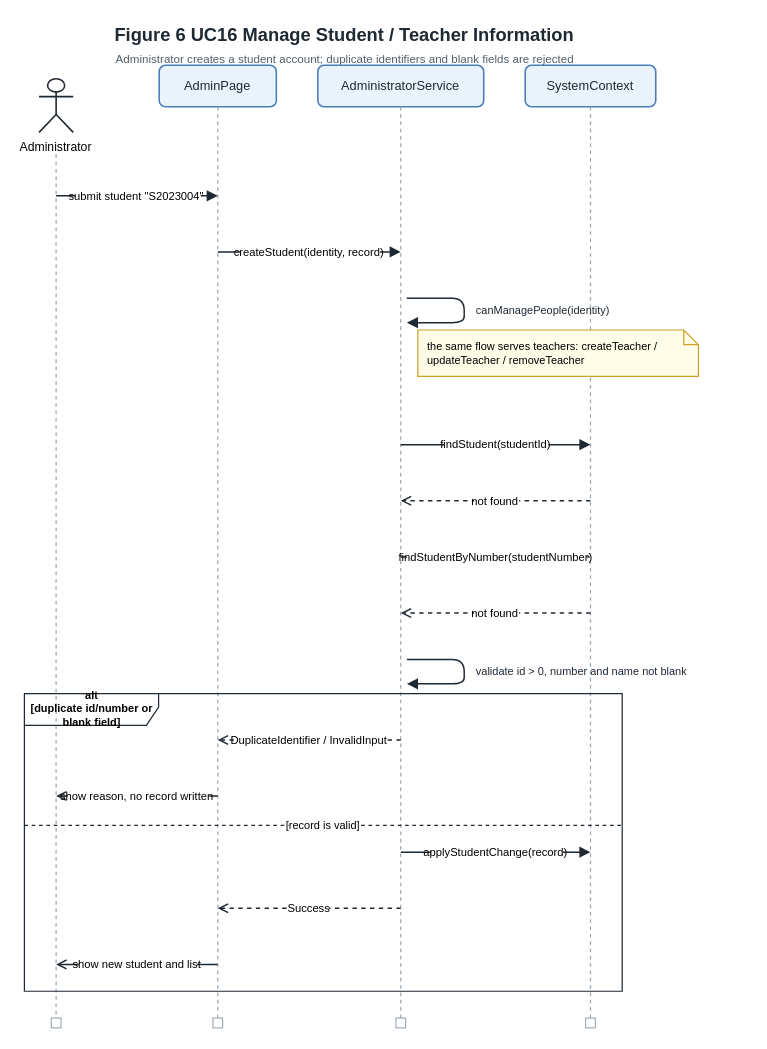
huasang-nb/improved-university-course-registration-system keeps this draw.io diagram as docs/task3/figures/fig6_uc16_manage_student_teacher_information.drawio. Above is the earlier version. Source tidied: cells renumbered, new cells numbered last; positions are measured from the earlier drawing's top-left corner, leaving out a move shared by most shapes. Both pictures are drawn from the tidied source at 122%, with x=0, y=0 at pixel (23, 21).
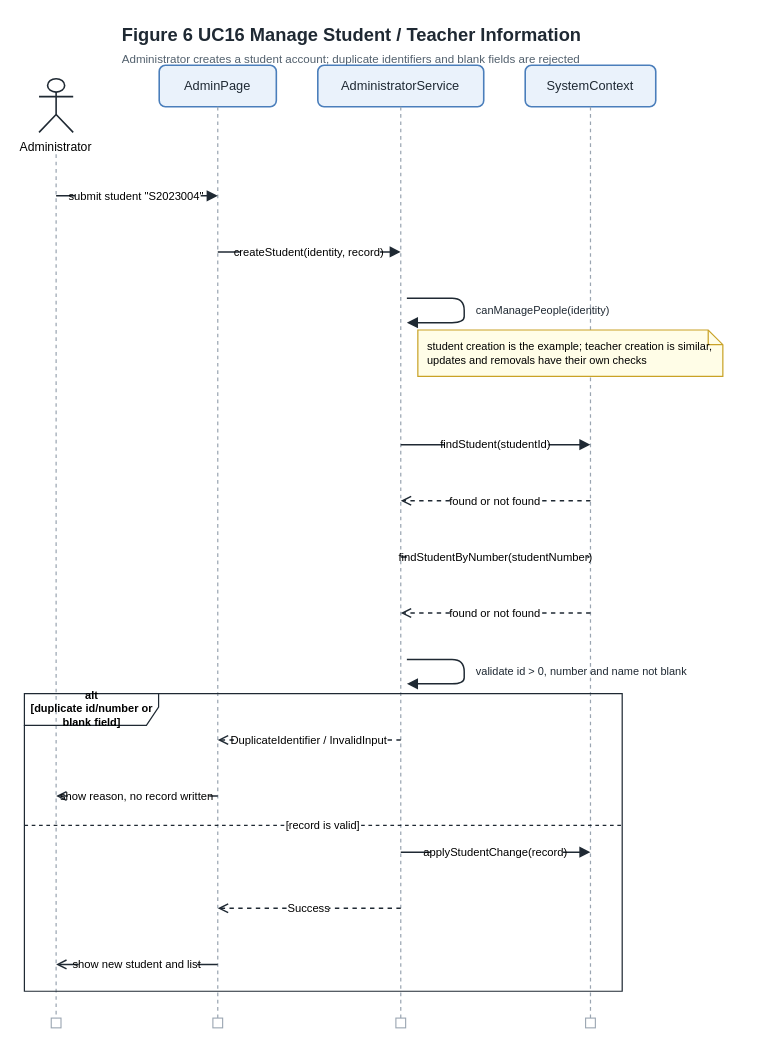
After the change.

Commit message (it also covers changes not shown here):
docs(task3): clarify the UC16 lookups and mark UC14 as an independent example

Diff of the diagram source:
```diff
@@
     <mxCell id="2" value="Figure 6  UC16 Manage Student / Teacher Information" style="text;html=0;whiteSpace=wrap;fontSize=15;fontStyle=1;fontColor=#1F2933;align=center;verticalAlign=middle;fontFamily=Microsoft YaHei;" parent="1" vertex="1">
-      <mxGeometry x="44" y="-0.2" width="438" height="22.5" as="geometry" />
+      <mxGeometry x="49.5" y="-0.2" width="438" height="22.5" as="geometry" />
     </mxCell>
     <mxCell id="3" value="Administrator creates a student account; duplicate identifiers and blank fields are rejected" style="text;html=0;whiteSpace=wrap;fontSize=9.5;fontStyle=0;fontColor=#52606D;align=center;verticalAlign=middle;fontFamily=Microsoft YaHei;" parent="1" vertex="1">
-      <mxGeometry x="28.5" y="23.9" width="469" height="14.2" as="geometry" />
+      <mxGeometry x="34" y="23.9" width="469" height="14.2" as="geometry" />
     </mxCell>
@@
-    <mxCell id="21" value="not found" style="endArrow=open;endFill=0;html=0;dashed=1;strokeColor=#1F2933;strokeWidth=1.2;labelBackgroundColor=#FFFFFF;fontSize=9.2;fontFamily=Microsoft YaHei;" parent="1" edge="1">
+    <mxCell id="21" value="found or not found" style="endArrow=open;endFill=0;html=0;dashed=1;strokeColor=#1F2933;strokeWidth=1.2;labelBackgroundColor=#FFFFFF;fontSize=9.2;fontFamily=Microsoft YaHei;" parent="1" edge="1">
       <mxGeometry relative="1" as="geometry">
         <mxPoint x="464.5" y="393" as="sourcePoint" />
         <mxPoint x="309" y="393" as="targetPoint" />
       </mxGeometry>
     </mxCell>
@@
-    <mxCell id="23" value="not found" style="endArrow=open;endFill=0;html=0;dashed=1;strokeColor=#1F2933;strokeWidth=1.2;labelBackgroundColor=#FFFFFF;fontSize=9.2;fontFamily=Microsoft YaHei;" parent="1" edge="1">
+    <mxCell id="23" value="found or not found" style="endArrow=open;endFill=0;html=0;dashed=1;strokeColor=#1F2933;strokeWidth=1.2;labelBackgroundColor=#FFFFFF;fontSize=9.2;fontFamily=Microsoft YaHei;" parent="1" edge="1">
       <mxGeometry relative="1" as="geometry">
         <mxPoint x="464.5" y="485" as="sourcePoint" />
         <mxPoint x="309" y="485" as="targetPoint" />
       </mxGeometry>
     </mxCell>
@@
-    <mxCell id="33" value="the same flow serves teachers: createTeacher / updateTeacher / removeTeacher" style="shape=note;whiteSpace=wrap;html=0;size=12;fillColor=#FFFDE7;strokeColor=#C9A227;align=left;verticalAlign=middle;fontSize=9;fontFamily=Microsoft YaHei;spacingLeft=6;" parent="1" vertex="1">
-      <mxGeometry x="323" y="253" width="230" height="38" as="geometry" />
+    <mxCell id="33" value="student creation is the example; teacher creation is similar, updates and removals have their own checks" style="shape=note;whiteSpace=wrap;html=0;size=12;fillColor=#FFFDE7;strokeColor=#C9A227;align=left;verticalAlign=middle;fontSize=9;fontFamily=Microsoft YaHei;spacingLeft=6;" parent="1" vertex="1">
+      <mxGeometry x="323" y="253" width="250" height="38" as="geometry" />
     </mxCell>
```
